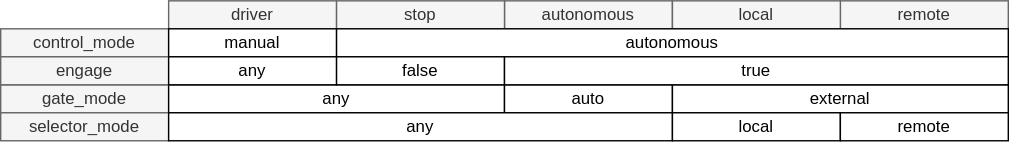
autowarefoundation/autoware.universe keeps this draw.io diagram as system/default_ad_api/document/images/operation-mode-table.drawio.svg. Above is the earlier version. Source tidied: cells renumbered, new cells last; positions are measured from the earlier drawing's top-left corner, leaving out a move shared by most shapes. Its diagram source:
```xml
<mxGraphModel>
  <root>
    <mxCell id="0" />
    <mxCell id="1" parent="0" />
    <mxCell id="2" value="driver" style="rounded=0;whiteSpace=wrap;html=1;fillColor=#f5f5f5;fontColor=#333333;strokeColor=#666666;" parent="1" vertex="1">
      <mxGeometry x="120" width="120" height="20" as="geometry" />
    </mxCell>
    <mxCell id="3" value="autonomous" style="rounded=0;whiteSpace=wrap;html=1;fillColor=#f5f5f5;fontColor=#333333;strokeColor=#666666;" parent="1" vertex="1">
      <mxGeometry x="360" width="120" height="20" as="geometry" />
    </mxCell>
    <mxCell id="4" value="stop" style="rounded=0;whiteSpace=wrap;html=1;fillColor=#f5f5f5;fontColor=#333333;strokeColor=#666666;" parent="1" vertex="1">
      <mxGeometry x="240" width="120" height="20" as="geometry" />
    </mxCell>
    <mxCell id="5" value="remote" style="rounded=0;whiteSpace=wrap;html=1;fillColor=#f5f5f5;fontColor=#333333;strokeColor=#666666;" parent="1" vertex="1">
      <mxGeometry x="600" width="120" height="20" as="geometry" />
    </mxCell>
    <mxCell id="6" value="local" style="rounded=0;whiteSpace=wrap;html=1;fillColor=#f5f5f5;fontColor=#333333;strokeColor=#666666;" parent="1" vertex="1">
      <mxGeometry x="480" width="120" height="20" as="geometry" />
    </mxCell>
    <mxCell id="7" value="control_mode" style="rounded=0;whiteSpace=wrap;html=1;fillColor=#f5f5f5;fontColor=#333333;strokeColor=#666666;" parent="1" vertex="1">
      <mxGeometry y="20" width="120" height="20" as="geometry" />
    </mxCell>
    <mxCell id="8" value="manual" style="rounded=0;whiteSpace=wrap;html=1;" parent="1" vertex="1">
      <mxGeometry x="120" y="20" width="120" height="20" as="geometry" />
    </mxCell>
    <mxCell id="9" value="autonomous" style="rounded=0;whiteSpace=wrap;html=1;" parent="1" vertex="1">
      <mxGeometry x="240" y="20" width="480" height="20" as="geometry" />
    </mxCell>
    <mxCell id="10" value="gate_mode" style="rounded=0;whiteSpace=wrap;html=1;fillColor=#f5f5f5;fontColor=#333333;strokeColor=#666666;" parent="1" vertex="1">
      <mxGeometry y="60" width="120" height="20" as="geometry" />
    </mxCell>
    <mxCell id="11" value="any" style="rounded=0;whiteSpace=wrap;html=1;" parent="1" vertex="1">
      <mxGeometry x="120" y="60" width="240" height="20" as="geometry" />
    </mxCell>
    <mxCell id="12" value="auto" style="rounded=0;whiteSpace=wrap;html=1;" parent="1" vertex="1">
      <mxGeometry x="360" y="60" width="120" height="20" as="geometry" />
    </mxCell>
    <mxCell id="13" value="external" style="rounded=0;whiteSpace=wrap;html=1;" parent="1" vertex="1">
      <mxGeometry x="480" y="60" width="240" height="20" as="geometry" />
    </mxCell>
    <mxCell id="14" value="engage" style="rounded=0;whiteSpace=wrap;html=1;fillColor=#f5f5f5;fontColor=#333333;strokeColor=#666666;" parent="1" vertex="1">
      <mxGeometry y="40" width="120" height="20" as="geometry" />
    </mxCell>
    <mxCell id="15" value="any" style="rounded=0;whiteSpace=wrap;html=1;" parent="1" vertex="1">
      <mxGeometry x="120" y="40" width="120" height="20" as="geometry" />
    </mxCell>
    <mxCell id="16" value="false" style="rounded=0;whiteSpace=wrap;html=1;" parent="1" vertex="1">
      <mxGeometry x="240" y="40" width="120" height="20" as="geometry" />
    </mxCell>
    <mxCell id="17" value="true" style="rounded=0;whiteSpace=wrap;html=1;" parent="1" vertex="1">
      <mxGeometry x="360" y="40" width="360" height="20" as="geometry" />
    </mxCell>
    <mxCell id="18" value="selector_mode" style="rounded=0;whiteSpace=wrap;html=1;fillColor=#f5f5f5;fontColor=#333333;strokeColor=#666666;" parent="1" vertex="1">
      <mxGeometry y="80" width="120" height="20" as="geometry" />
    </mxCell>
    <mxCell id="19" value="any" style="rounded=0;whiteSpace=wrap;html=1;" parent="1" vertex="1">
      <mxGeometry x="120" y="80" width="360" height="20" as="geometry" />
    </mxCell>
    <mxCell id="20" value="local" style="rounded=0;whiteSpace=wrap;html=1;" parent="1" vertex="1">
      <mxGeometry x="480" y="80" width="120" height="20" as="geometry" />
    </mxCell>
    <mxCell id="21" value="remote" style="rounded=0;whiteSpace=wrap;html=1;" parent="1" vertex="1">
      <mxGeometry x="600" y="80" width="120" height="20" as="geometry" />
    </mxCell>
  </root>
</mxGraphModel>
```
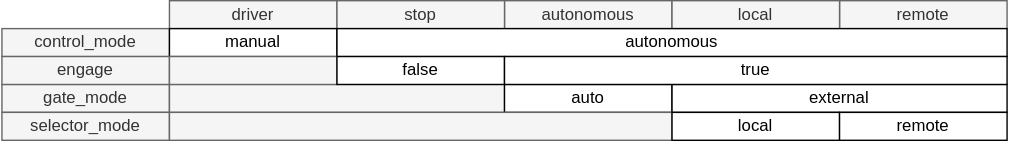
The same file after the commit.

Diff of the diagram source:
```diff
@@ -29,7 +29,7 @@
     <mxCell id="10" value="gate_mode" style="rounded=0;whiteSpace=wrap;html=1;fillColor=#f5f5f5;fontColor=#333333;strokeColor=#666666;" parent="1" vertex="1">
       <mxGeometry y="60" width="120" height="20" as="geometry" />
     </mxCell>
-    <mxCell id="11" value="any" style="rounded=0;whiteSpace=wrap;html=1;" parent="1" vertex="1">
+    <mxCell id="11" style="rounded=0;whiteSpace=wrap;html=1;fillColor=#f5f5f5;fontColor=#333333;strokeColor=#666666;" parent="1" vertex="1">
       <mxGeometry x="120" y="60" width="240" height="20" as="geometry" />
     </mxCell>
     <mxCell id="12" value="auto" style="rounded=0;whiteSpace=wrap;html=1;" parent="1" vertex="1">
@@ -41,7 +41,7 @@
     <mxCell id="14" value="engage" style="rounded=0;whiteSpace=wrap;html=1;fillColor=#f5f5f5;fontColor=#333333;strokeColor=#666666;" parent="1" vertex="1">
       <mxGeometry y="40" width="120" height="20" as="geometry" />
     </mxCell>
-    <mxCell id="15" value="any" style="rounded=0;whiteSpace=wrap;html=1;" parent="1" vertex="1">
+    <mxCell id="15" style="rounded=0;whiteSpace=wrap;html=1;fillColor=#f5f5f5;fontColor=#333333;strokeColor=#666666;" parent="1" vertex="1">
       <mxGeometry x="120" y="40" width="120" height="20" as="geometry" />
     </mxCell>
     <mxCell id="16" value="false" style="rounded=0;whiteSpace=wrap;html=1;" parent="1" vertex="1">
@@ -53,7 +53,7 @@
     <mxCell id="18" value="selector_mode" style="rounded=0;whiteSpace=wrap;html=1;fillColor=#f5f5f5;fontColor=#333333;strokeColor=#666666;" parent="1" vertex="1">
       <mxGeometry y="80" width="120" height="20" as="geometry" />
     </mxCell>
-    <mxCell id="19" value="any" style="rounded=0;whiteSpace=wrap;html=1;" parent="1" vertex="1">
+    <mxCell id="19" style="rounded=0;whiteSpace=wrap;html=1;fillColor=#f5f5f5;fontColor=#333333;strokeColor=#666666;" parent="1" vertex="1">
       <mxGeometry x="120" y="80" width="360" height="20" as="geometry" />
     </mxCell>
     <mxCell id="20" value="local" style="rounded=0;whiteSpace=wrap;html=1;" parent="1" vertex="1">
```
